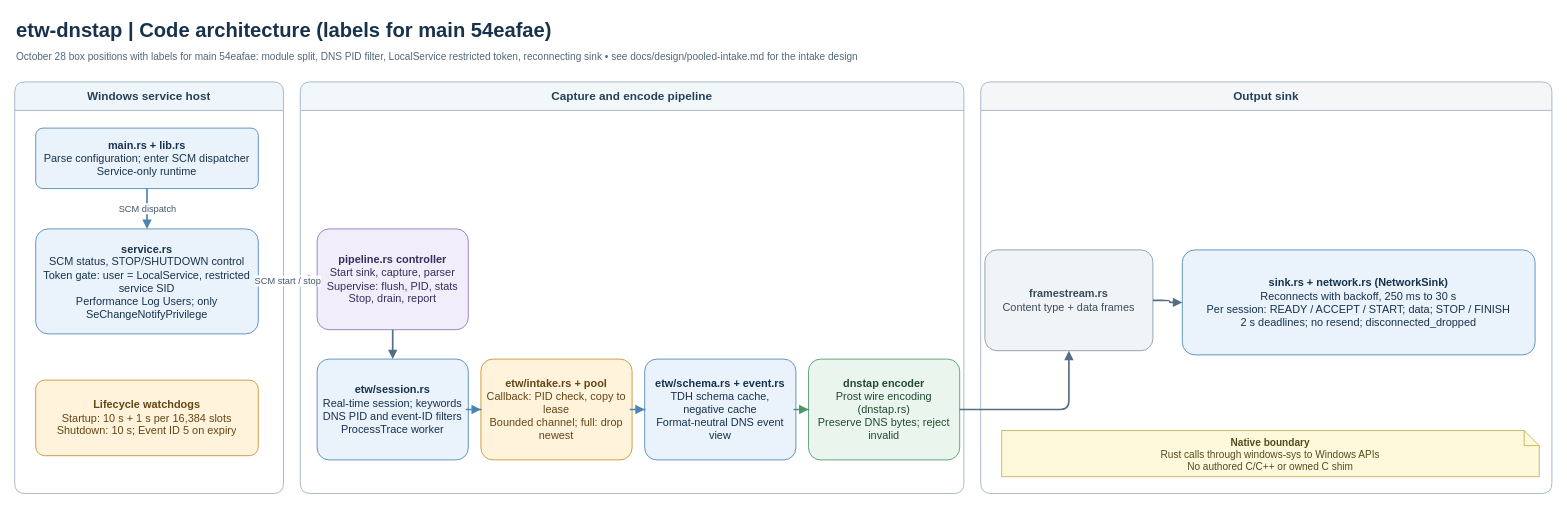
Earlier version of the draw.io diagram docs/design/diagrams/code-architecture.drawio (miketheitguy/etw-dnstap). Source tidied: cells renumbered, new cells numbered last; positions are measured from the earlier drawing's top-left corner, leaving out a move shared by most shapes. Both pictures are drawn from the tidied source at 84%, with x=0, y=0 at pixel (14, 14).
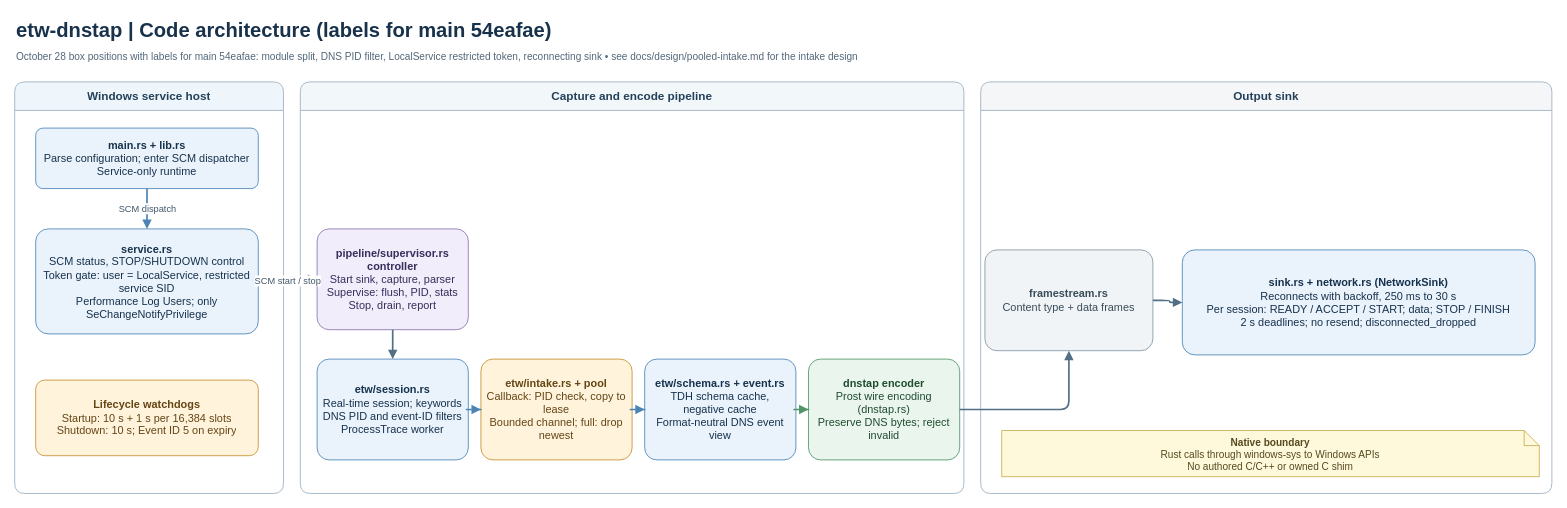
After the change.

Diff of the diagram source:
```diff
@@
-    <mxCell id="10" value="&lt;b&gt;pipeline.rs controller&lt;/b&gt;&lt;br&gt;Start sink, capture, parser&lt;br&gt;Supervise: flush, PID, stats&lt;br&gt;Stop, drain, report" style="rounded=1;arcSize=12;fillColor=#f1edfa;strokeColor=#8974b4;fontColor=#392d5b;fontSize=13;spacing=8;html=1;whiteSpace=wrap;overflow=hidden;" parent="1" vertex="1">
+    <mxCell id="10" value="&lt;b&gt;pipeline/supervisor.rs controller&lt;/b&gt;&lt;br&gt;Start sink, capture, parser&lt;br&gt;Supervise: flush, PID, stats&lt;br&gt;Stop, drain, report" style="rounded=1;arcSize=12;fillColor=#f1edfa;strokeColor=#8974b4;fontColor=#392d5b;fontSize=13;spacing=8;html=1;whiteSpace=wrap;overflow=hidden;" parent="1" vertex="1">
       <mxGeometry x="360" y="255" width="180" height="120" as="geometry" />
     </mxCell>
```
